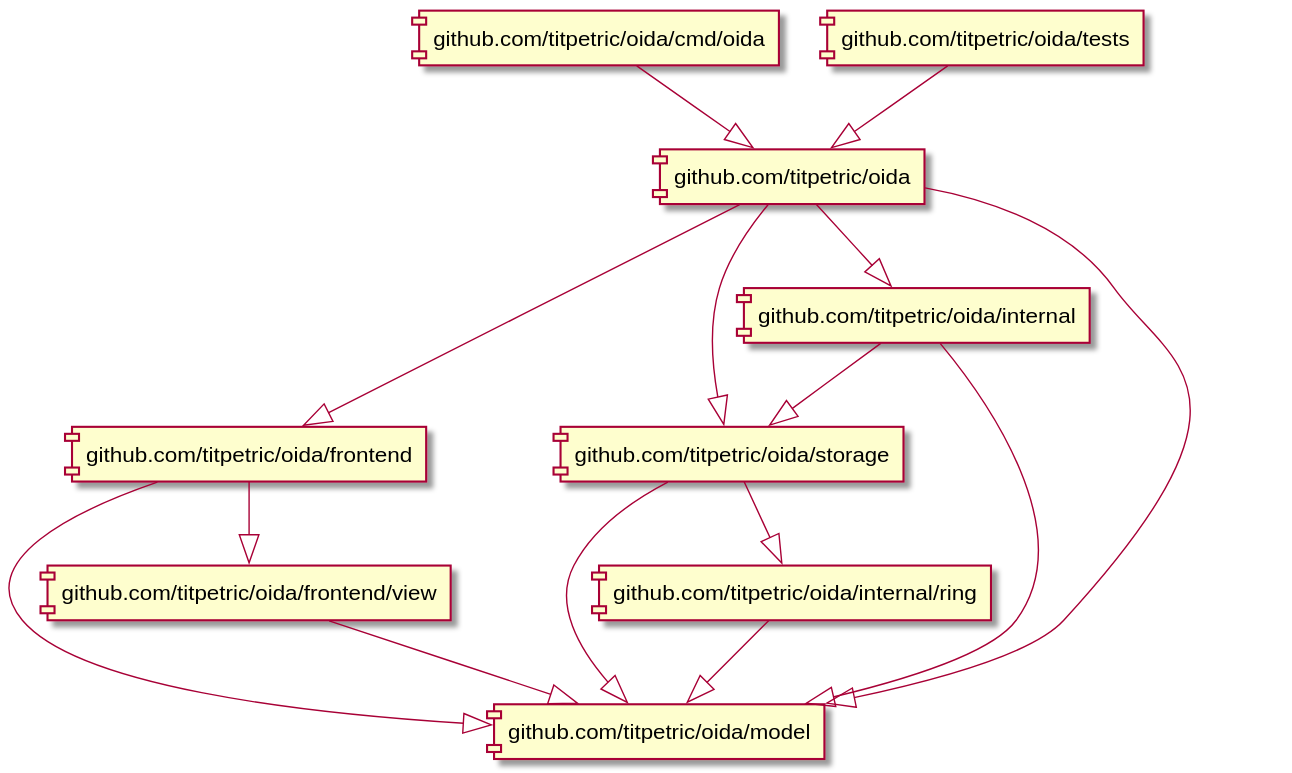
This is docs/assets/imports.svg from titpetric/oida, a PlantUML export, as it was before one commit.
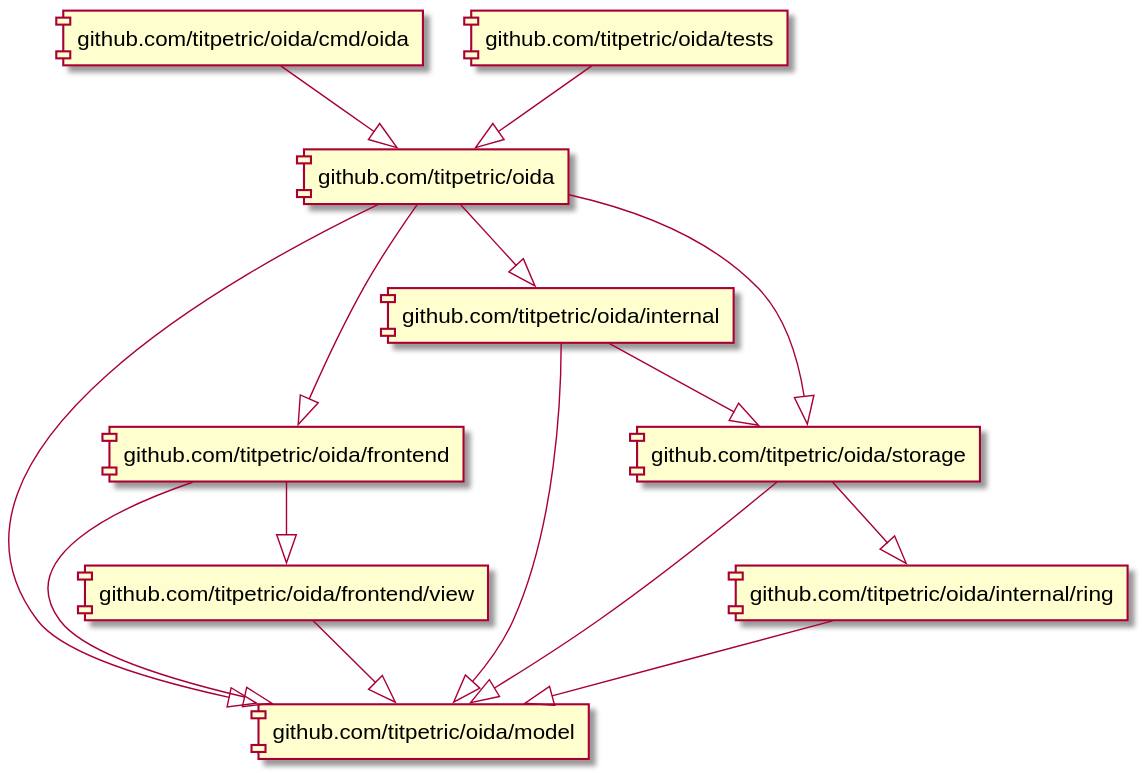
The same diagram one commit later.

Change to the diagram source:
```diff
@@ -1,11 +1,11 @@
 @startuml
+[github.com/titpetric/oida] --|> [github.com/titpetric/oida/model]
+[github.com/titpetric/oida] --|> [github.com/titpetric/oida/frontend]
+[github.com/titpetric/oida] --|> [github.com/titpetric/oida/internal]
 [github.com/titpetric/oida] --|> [github.com/titpetric/oida/storage]
-[github.com/titpetric/oida] --|> [github.com/titpetric/oida/frontend]
-[github.com/titpetric/oida] --|> [github.com/titpetric/oida/model]
-[github.com/titpetric/oida] --|> [github.com/titpetric/oida/internal]
 [github.com/titpetric/oida/cmd/oida] --|> [github.com/titpetric/oida]
+[github.com/titpetric/oida/frontend] --|> [github.com/titpetric/oida/model]
 [github.com/titpetric/oida/frontend] --|> [github.com/titpetric/oida/frontend/view]
-[github.com/titpetric/oida/frontend] --|> [github.com/titpetric/oida/model]
 [github.com/titpetric/oida/frontend/view] --|> [github.com/titpetric/oida/model]
 [github.com/titpetric/oida/internal] --|> [github.com/titpetric/oida/model]
 [github.com/titpetric/oida/internal] --|> [github.com/titpetric/oida/storage]
```
